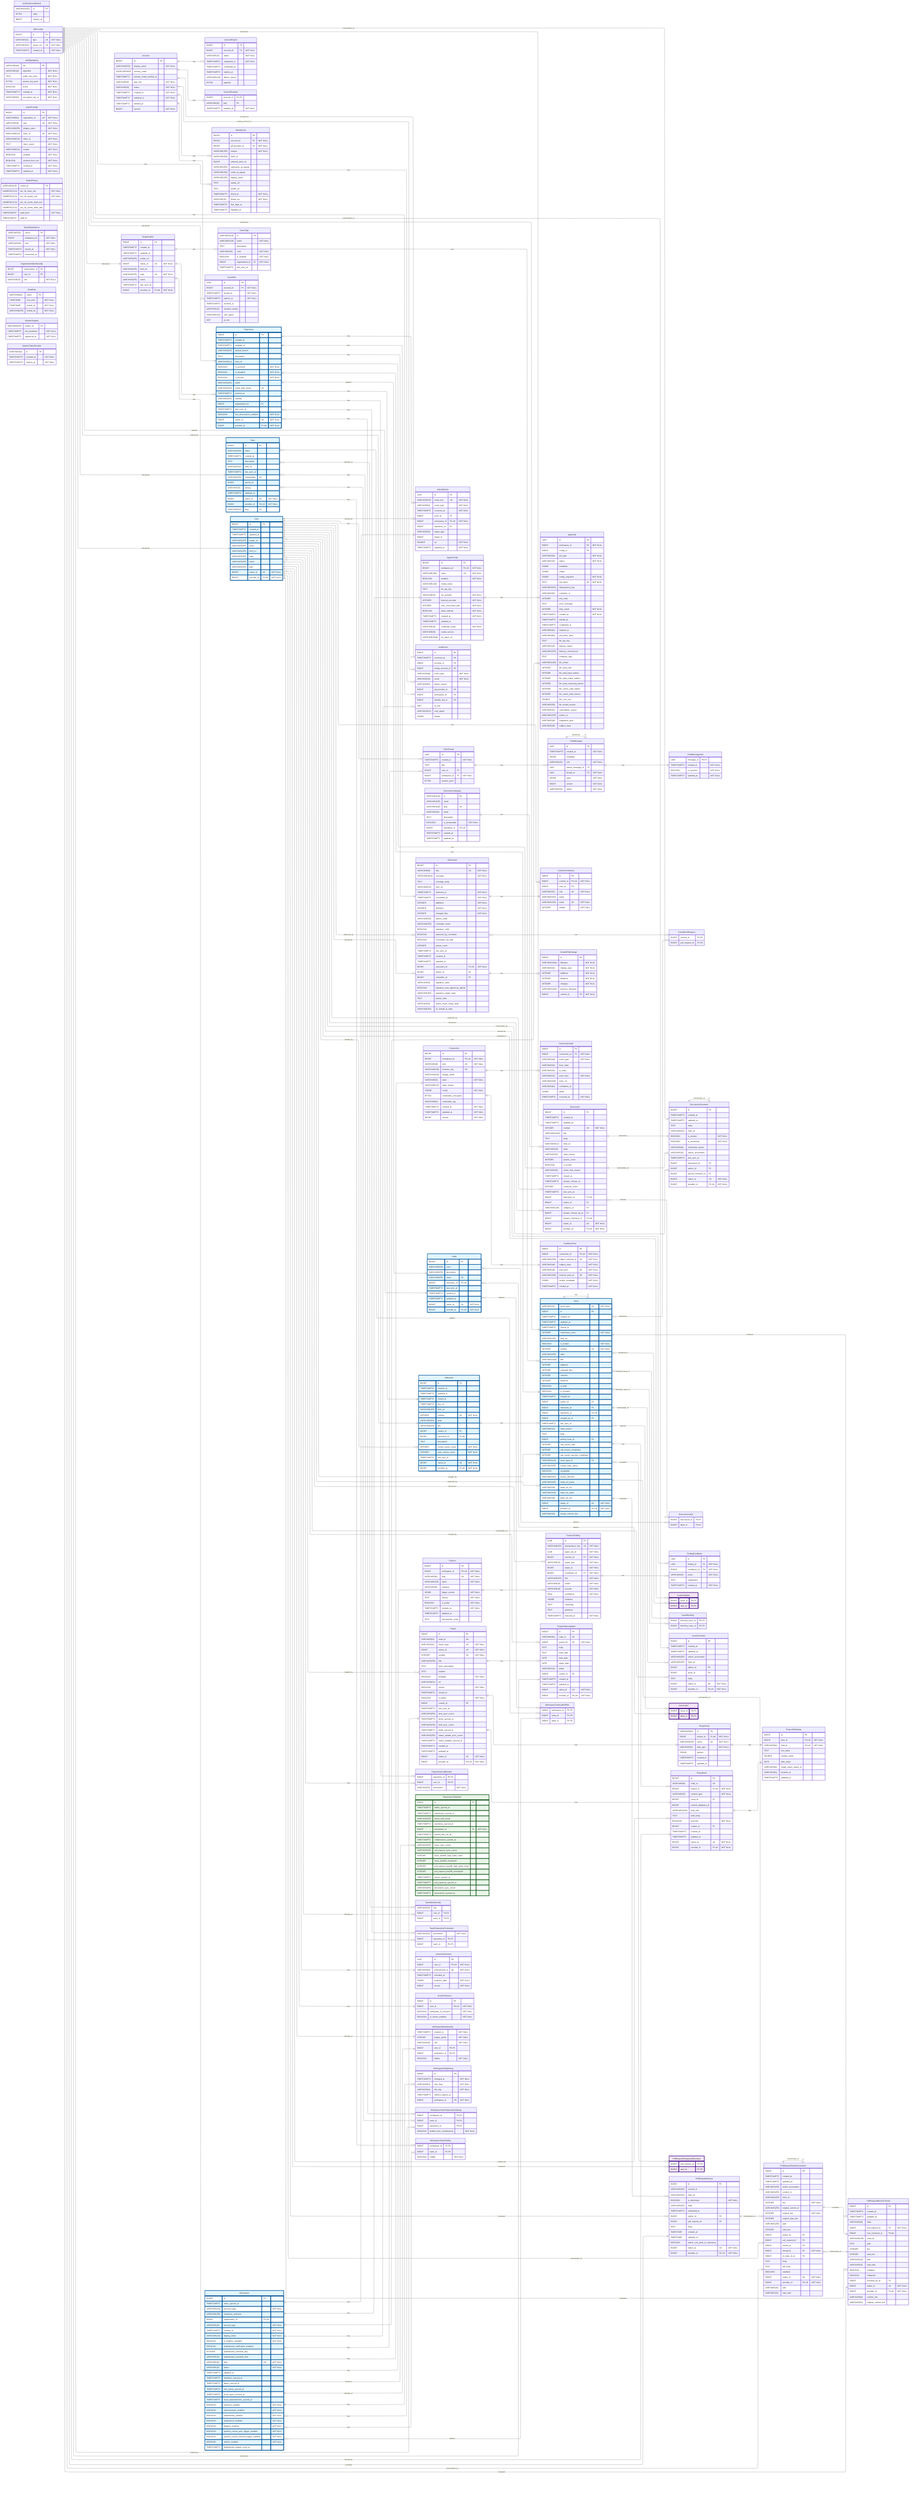
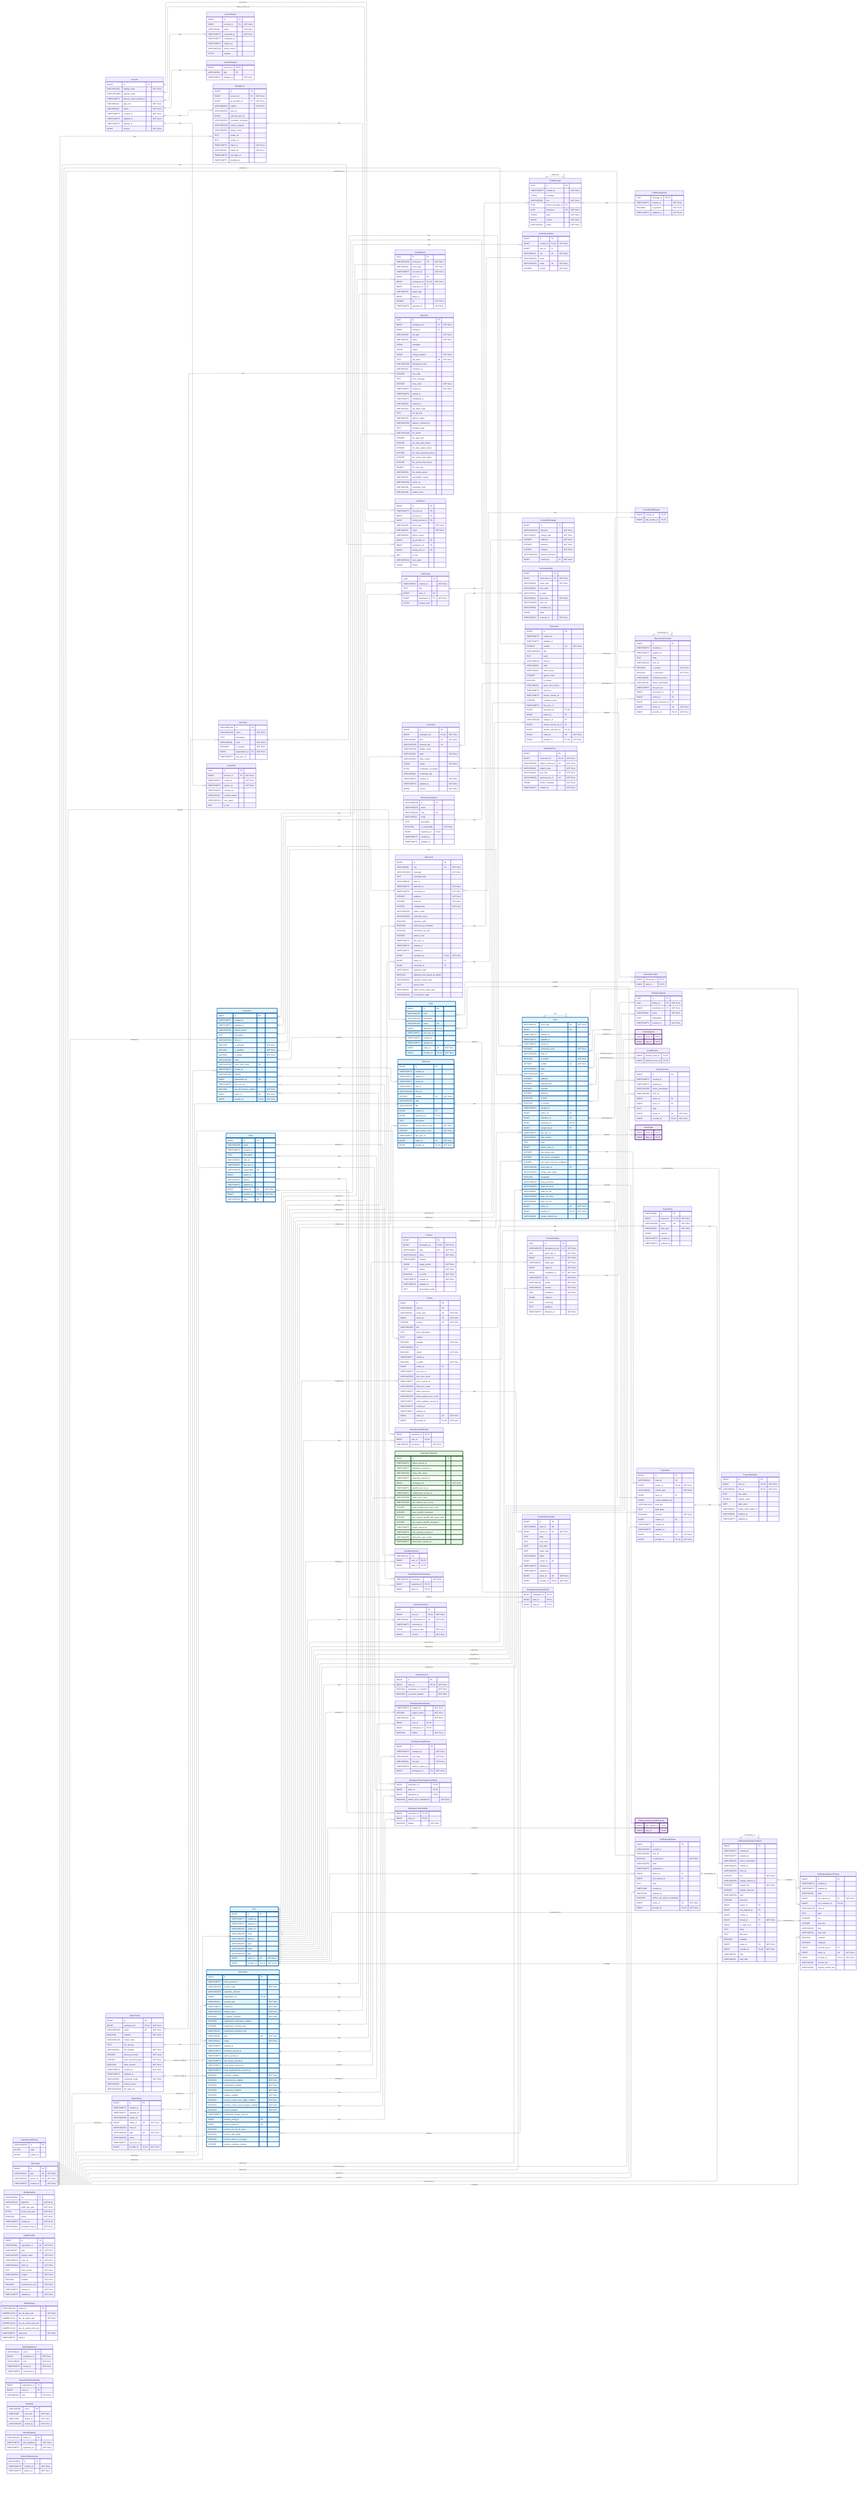
---
config:
    layout: elk
---
erDiagram
    %% Generated automatically from PostgreSQL database schema
    %% using scripts/generate-mermaid-erd.ts
    %% To regenerate: pnpm run db:generate-erd-docs

    direction LR

    Account {
        BIGINT id PK
        VARCHAR(255) display_name "NOT NULL"
        USER-DEFINED primary_email
        TIMESTAMPTZ primary_email_verified_at
        VARCHAR(16) app_role "NOT NULL"
        VARCHAR(16) status "NOT NULL"
        TIMESTAMPTZ created_at "NOT NULL"
        TIMESTAMPTZ updated_at "NOT NULL"
        TIMESTAMPTZ deleted_at
        BIGINT version "NOT NULL"
    }

    AccountExport {
        BIGINT id PK
        BIGINT account_id FK "NOT NULL"
        VARCHAR(16) status "NOT NULL"
        TIMESTAMPTZ requested_at "NOT NULL"
        TIMESTAMPTZ completed_at
        TIMESTAMPTZ expires_at
        VARCHAR(128) failure_reason
        BYTEA payload
    }

    AccountFeature {
        BIGINT account_id PK,FK
        VARCHAR(64) flag PK
        TIMESTAMPTZ enabled_at "NOT NULL"
    }

    ActivityEvent {
        UUID id PK
        VARCHAR(255) event_key UK "NOT NULL"
        VARCHAR(64) event_type "NOT NULL"
        TIMESTAMPTZ occurred_at "NOT NULL"
        BIGINT actor_id FK
        BIGINT workspace_id FK,UK "NOT NULL"
        BIGINT repository_id FK
        VARCHAR(32) target_type
        BIGINT target_id
        DOUBLE xp "NOT NULL"
        TIMESTAMPTZ ingested_at "NOT NULL"
    }

    AgentConfig {
        BIGINT id PK
        BIGINT workspace_id FK,UK "NOT NULL"
        VARCHAR(100) name UK "NOT NULL"
        BOOLEAN enabled "NOT NULL"
        VARCHAR(128) model_name
        TEXT llm_api_key
        VARCHAR(32) llm_provider "NOT NULL"
        INTEGER timeout_seconds "NOT NULL"
        INTEGER max_concurrent_jobs "NOT NULL"
        BOOLEAN allow_internet "NOT NULL"
        TIMESTAMPTZ created_at "NOT NULL"
        TIMESTAMPTZ updated_at
        VARCHAR(16) credential_mode "NOT NULL"
        VARCHAR(50) model_version
        VARCHAR(2048) llm_base_url
    }

    AgentJob {
        UUID id PK
        BIGINT workspace_id FK "NOT NULL"
        BIGINT config_id FK
        VARCHAR(50) job_type "NOT NULL"
        VARCHAR(20) status "NOT NULL"
        JSONB metadata
        JSONB output
        JSONB config_snapshot "NOT NULL"
        TEXT job_token UK "NOT NULL"
        VARCHAR(255) idempotency_key
        VARCHAR(64) container_id
        INTEGER exit_code
        TEXT error_message
        INTEGER retry_count "NOT NULL"
        TIMESTAMPTZ created_at "NOT NULL"
        TIMESTAMPTZ started_at
        TIMESTAMPTZ completed_at
        VARCHAR(64) network_id
        VARCHAR(64) job_token_hash
        TEXT llm_api_key
        VARCHAR(20) delivery_status
        VARCHAR(255) delivery_comment_id
        TEXT container_logs
        VARCHAR(100) llm_model
        INTEGER llm_total_calls
        INTEGER llm_total_input_tokens
        INTEGER llm_total_output_tokens
        INTEGER llm_total_reasoning_tokens
        INTEGER llm_cache_read_tokens
        INTEGER llm_cache_write_tokens
        DOUBLE llm_cost_usd
        VARCHAR(50) llm_model_version
        VARCHAR(32) cancellation_reason
        VARCHAR(255) worker_id
        VARCHAR(48) integration_kind
        VARCHAR(48) subject_class
    }

    AuthEvent {
        BIGINT id PK
        TIMESTAMPTZ occurred_at PK
        BIGINT account_id FK
        BIGINT acting_account_id FK
        VARCHAR(48) event_type "NOT NULL"
        VARCHAR(16) result "NOT NULL"
        VARCHAR(64) failure_reason
        BIGINT git_provider_id FK
        BIGINT workspace_id FK
        BIGINT identity_link_id FK
        INET ip_inet
        VARCHAR(512) user_agent
        JSONB details
    }

    AuthRateLimitBucket {
        VARCHAR(255) id PK
        BYTEA state
        BIGINT expires_at
    }

    ChatMessage {
        UUID id PK
        TIMESTAMPTZ created_at "NOT NULL"
        JSONB metadata
        VARCHAR(16) role "NOT NULL"
        UUID parent_message_id FK
        UUID thread_id FK "NOT NULL"
        JSONB parts "NOT NULL"
        BIGINT version "NOT NULL"
        VARCHAR(16) status "NOT NULL"
    }

    ChatMessageVote {
        UUID message_id PK,FK
        TIMESTAMPTZ created_at "NOT NULL"
        BOOLEAN is_upvoted "NOT NULL"
        TIMESTAMPTZ updated_at "NOT NULL"
    }

    ChatThread {
        UUID id PK
        TIMESTAMPTZ created_at "NOT NULL"
        TEXT title
        BIGINT user_id FK
        BIGINT workspace_id FK "NOT NULL"
        BYTEA session_jsonl
    }

    CommitContributor {
        BIGINT id PK
        BIGINT commit_id FK,UK "NOT NULL"
        BIGINT user_id FK
        VARCHAR(32) role UK "NOT NULL"
        VARCHAR(255) name
        VARCHAR(255) email UK "NOT NULL"
        INTEGER ordinal "NOT NULL"
    }

    CommitFileChange {
        BIGINT id PK
        VARCHAR(1024) filename "NOT NULL"
        VARCHAR(32) change_type "NOT NULL"
        INTEGER additions "NOT NULL"
        INTEGER deletions "NOT NULL"
        INTEGER changes "NOT NULL"
        VARCHAR(1024) previous_filename
        BIGINT commit_id FK "NOT NULL"
    }

    CommitPullRequest {
        BIGINT commit_id PK,FK
        BIGINT pull_request_id PK,FK
    }

    Connection {
        BIGINT id PK
        BIGINT workspace_id FK,UK "NOT NULL"
        VARCHAR(48) kind UK "NOT NULL"
        VARCHAR(128) instance_key UK
        VARCHAR(256) display_name
        VARCHAR(32) state "NOT NULL"
        VARCHAR(512) state_reason
        JSONB config "NOT NULL"
        BYTEA credentials_encrypted
        VARCHAR(64) credentials_alg
        TIMESTAMPTZ created_at "NOT NULL"
        TIMESTAMPTZ updated_at "NOT NULL"
        BIGINT version "NOT NULL"
    }

    ConnectionAudit {
        BIGINT id PK
        BIGINT connection_id FK "NOT NULL"
        VARCHAR(48) event_type "NOT NULL"
        VARCHAR(32) from_state
        VARCHAR(32) to_state
        VARCHAR(32) actor_kind "NOT NULL"
        VARCHAR(256) actor_ref
        VARCHAR(64) correlation_id
        JSONB detail
        TIMESTAMPTZ occurred_at "NOT NULL"
    }

    Discussion {
        BIGINT id PK
        TIMESTAMPTZ created_at
        TIMESTAMPTZ updated_at
        INTEGER number UK "NOT NULL"
        VARCHAR(1024) title
        TEXT body
        VARCHAR(512) html_url
        VARCHAR(16) state
        VARCHAR(32) state_reason
        INTEGER upvote_count
        BOOLEAN is_locked
        VARCHAR(32) active_lock_reason
        TIMESTAMPTZ closed_at
        TIMESTAMPTZ answer_chosen_at
        INTEGER comment_count
        TIMESTAMPTZ last_sync_at
        BIGINT repository_id FK,UK
        BIGINT author_id FK
        VARCHAR(128) category_id FK
        BIGINT answer_chosen_by_id FK
        BIGINT answer_comment_id FK,UK
        BIGINT native_id UK "NOT NULL"
        BIGINT provider_id FK,UK "NOT NULL"
    }

    DiscussionCategory {
        VARCHAR(128) id PK
        VARCHAR(255) name
        VARCHAR(128) slug UK
        VARCHAR(32) emoji
        TEXT description
        BOOLEAN is_answerable "NOT NULL"
        BIGINT repository_id FK,UK
        TIMESTAMPTZ created_at
        TIMESTAMPTZ updated_at
    }

    DiscussionComment {
        BIGINT id PK
        TIMESTAMPTZ created_at
        TIMESTAMPTZ updated_at
        TEXT body
        VARCHAR(512) html_url
        BOOLEAN is_answer "NOT NULL"
        BOOLEAN is_minimized "NOT NULL"
        VARCHAR(64) minimized_reason
        VARCHAR(32) author_association
        TIMESTAMPTZ last_sync_at
        BIGINT discussion_id FK
        BIGINT author_id FK
        BIGINT parent_comment_id FK
        BIGINT native_id UK "NOT NULL"
        BIGINT provider_id FK,UK "NOT NULL"
    }

    DiscussionLabel {
        BIGINT discussion_id PK,FK
        BIGINT label_id PK,FK
    }

    FeedbackPost {
        BIGINT id PK
        BIGINT connection_id FK,UK "NOT NULL"
        VARCHAR(256) subject_external_id UK "NOT NULL"
        VARCHAR(48) subject_class "NOT NULL"
        VARCHAR(48) post_kind UK "NOT NULL"
        VARCHAR(256) external_post_id UK "NOT NULL"
        JSONB vendor_metadata "NOT NULL"
        TIMESTAMPTZ created_at "NOT NULL"
    }

    FindingFeedback {
        UUID id PK
        UUID finding_id FK "NOT NULL"
        BIGINT contributor_id FK "NOT NULL"
        VARCHAR(16) action "NOT NULL"
        TEXT explanation
        TIMESTAMPTZ created_at "NOT NULL"
    }

    GitCommit {
        BIGINT id PK
        VARCHAR(40) sha UK "NOT NULL"
        VARCHAR(1024) message "NOT NULL"
        TEXT message_body
        VARCHAR(512) html_url
        TIMESTAMPTZ authored_at "NOT NULL"
        TIMESTAMPTZ committed_at "NOT NULL"
        INTEGER additions "NOT NULL"
        INTEGER deletions "NOT NULL"
        INTEGER changed_files "NOT NULL"
        VARCHAR(255) author_email
        VARCHAR(255) committer_email
        BOOLEAN signature_valid
        BOOLEAN authored_by_committer
        BOOLEAN committed_via_web
        INTEGER parent_count
        TIMESTAMPTZ last_sync_at
        TIMESTAMPTZ created_at
        TIMESTAMPTZ updated_at
        BIGINT repository_id FK,UK "NOT NULL"
        BIGINT author_id FK
        BIGINT committer_id FK
        VARCHAR(32) signature_state
        BOOLEAN signature_was_signed_by_github
        VARCHAR(255) signature_signer_login
        TEXT parent_shas
        VARCHAR(32) status_check_rollup_state
        VARCHAR(255) on_behalf_of_login
    }

    GitProvider {
        BIGINT id PK
        VARCHAR(10) type UK "NOT NULL"
        VARCHAR(512) server_url UK "NOT NULL"
        TIMESTAMPTZ created_at "NOT NULL"
    }

    IdentityLink {
        BIGINT id PK
        BIGINT account_id FK "NOT NULL"
        BIGINT git_provider_id FK "NOT NULL"
        VARCHAR(255) subject "NOT NULL"
        VARCHAR(255) team_id
        BIGINT external_actor_id
        VARCHAR(255) username_at_signup
        VARCHAR(320) email_at_signup
        VARCHAR(255) display_name
        TEXT avatar_url
        TEXT profile_url
        TIMESTAMPTZ linked_at "NOT NULL"
        VARCHAR(16) linked_via "NOT NULL"
        TIMESTAMPTZ last_login_at
        TIMESTAMPTZ disabled_at
    }

    Issue {
        VARCHAR(31) issue_type UK "NOT NULL"
        BIGINT id PK
        TIMESTAMPTZ created_at
        TIMESTAMPTZ updated_at
        TIMESTAMPTZ closed_at
        INTEGER comments_count "NOT NULL"
        VARCHAR(255) html_url
        BOOLEAN is_locked "NOT NULL"
        INTEGER number UK "NOT NULL"
        VARCHAR(255) state
        VARCHAR(1024) title
        INTEGER additions
        INTEGER changed_files
        INTEGER commits
        INTEGER deletions
        BOOLEAN is_draft
        BOOLEAN is_merged
        TIMESTAMPTZ merged_at
        BIGINT author_id FK
        BIGINT milestone_id FK
        BIGINT repository_id FK,UK
        BIGINT merged_by_id FK
        TIMESTAMPTZ last_sync_at
        VARCHAR(32) state_reason
        TEXT body
        BIGINT parent_issue_id FK
        INTEGER sub_issues_total
        INTEGER sub_issues_completed
        INTEGER sub_issues_percent_completed
        VARCHAR(128) issue_type_id FK
        VARCHAR(255) merge_state_status
        BOOLEAN mergeable
        VARCHAR(255) review_decision
        VARCHAR(255) head_ref_name
        VARCHAR(40) head_ref_oid
        VARCHAR(255) base_ref_name
        VARCHAR(40) base_ref_oid
        BIGINT native_id UK "NOT NULL"
        BIGINT provider_id FK,UK "NOT NULL"
        VARCHAR(40) merge_commit_sha
    }

    IssueAssignee {
        BIGINT issue_id PK,FK
        BIGINT user_id PK,FK
    }

    IssueBlocking {
        BIGINT blocked_issue_id PK,FK
        BIGINT blocking_issue_id PK,FK
    }

    IssueComment {
        BIGINT id PK
        TIMESTAMPTZ created_at
        TIMESTAMPTZ updated_at
        VARCHAR(255) author_association
        VARCHAR(255) html_url
        BIGINT author_id FK
        BIGINT issue_id FK
        TEXT body
        BIGINT native_id UK "NOT NULL"
        BIGINT provider_id FK,UK "NOT NULL"
    }

    IssueLabel {
        BIGINT issue_id PK,FK
        BIGINT label_id PK,FK
    }

    IssueType {
        VARCHAR(128) id PK
        VARCHAR(128) name "NOT NULL"
        TEXT description
        VARCHAR(20) color "NOT NULL"
        BOOLEAN is_enabled "NOT NULL"
        BIGINT organization_id FK "NOT NULL"
        TIMESTAMPTZ last_sync_at
    }

    IssuedJwt {
        UUID jti PK
        BIGINT account_id FK "NOT NULL"
        TIMESTAMPTZ issued_at "NOT NULL"
        TIMESTAMPTZ expires_at "NOT NULL"
        TIMESTAMPTZ revoked_at
        VARCHAR(32) revoked_reason
        VARCHAR(512) user_agent
        INET ip_inet
    }

    JwtSigningKey {
        VARCHAR(64) kid PK
        VARCHAR(16) algorithm "NOT NULL"
        TEXT public_key_pem "NOT NULL"
        BYTEA private_key_pem "NOT NULL"
        BOOLEAN active "NOT NULL"
        TIMESTAMPTZ created_at "NOT NULL"
        VARCHAR(64) encryption_key_id "NOT NULL"
    }

    Label {
        BIGINT id PK
        VARCHAR(255) color
        VARCHAR(255) description
        VARCHAR(255) name UK
        BIGINT repository_id FK,UK
        TIMESTAMPTZ last_sync_at
        TIMESTAMPTZ created_at
        TIMESTAMPTZ updated_at
        BIGINT native_id UK "NOT NULL"
        BIGINT provider_id FK,UK "NOT NULL"
    }

    LoginProvider {
        BIGINT id PK
        VARCHAR(64) registration_id UK "NOT NULL"
        VARCHAR(10) type UK "NOT NULL"
        VARCHAR(255) display_name "NOT NULL"
        VARCHAR(512) base_url UK "NOT NULL"
        VARCHAR(512) client_id "NOT NULL"
        TEXT client_secret "NOT NULL"
        VARCHAR(512) scopes "NOT NULL"
        BOOLEAN enabled "NOT NULL"
        BOOLEAN seeded_from_env "NOT NULL"
        TIMESTAMPTZ created_at "NOT NULL"
        TIMESTAMPTZ updated_at "NOT NULL"
    }

    Milestone {
        BIGINT id PK
        TIMESTAMPTZ created_at
        TIMESTAMPTZ updated_at
        TIMESTAMPTZ closed_at
        TIMESTAMPTZ due_on
        VARCHAR(255) html_url
        INTEGER number UK "NOT NULL"
        VARCHAR(255) state
        VARCHAR(255) title
        BIGINT creator_id FK
        BIGINT repository_id FK,UK
        TEXT description
        INTEGER closed_issues_count "NOT NULL"
        INTEGER open_issues_count "NOT NULL"
        TIMESTAMPTZ last_sync_at
        BIGINT native_id UK "NOT NULL"
        BIGINT provider_id FK,UK "NOT NULL"
    }

    ModelPricing {
        VARCHAR(128) model_id PK
        NUMERIC(12,6) per_1k_input_usd "NOT NULL"
        NUMERIC(12,6) per_1k_output_usd "NOT NULL"
        NUMERIC(12,6) per_1k_cache_read_usd
        NUMERIC(12,6) per_1k_cache_write_usd
        TIMESTAMPTZ valid_from "NOT NULL"
        TIMESTAMPTZ valid_to
    }

    OauthStateNonce {
        VARCHAR(32) nonce PK
        BIGINT workspace_id "NOT NULL"
        VARCHAR(48) kind "NOT NULL"
        TIMESTAMPTZ issued_at "NOT NULL"
        TIMESTAMPTZ consumed_at
    }

    Organization {
        BIGINT id PK
        TIMESTAMPTZ created_at
        TIMESTAMPTZ updated_at
        VARCHAR(255) avatar_url
        BIGINT native_id UK "NOT NULL"
        VARCHAR(255) html_url
        VARCHAR(255) login UK "NOT NULL"
        VARCHAR(255) name
        TIMESTAMPTZ last_sync_at
        BIGINT provider_id FK,UK "NOT NULL"
    }

    OrganizationMembership {
        BIGINT organization_id PK
        BIGINT user_id PK
        VARCHAR(32) role "NOT NULL"
    }

    Practice {
        BIGINT id PK
        BIGINT workspace_id FK,UK "NOT NULL"
        VARCHAR(64) slug UK "NOT NULL"
        VARCHAR(128) name "NOT NULL"
        VARCHAR(64) category
        JSONB trigger_events "NOT NULL"
        TEXT criteria "NOT NULL"
        BOOLEAN is_active "NOT NULL"
        TIMESTAMPTZ created_at "NOT NULL"
        TIMESTAMPTZ updated_at
        TEXT precompute_script
    }

    PracticeFinding {
        UUID id PK
        VARCHAR(255) idempotency_key UK "NOT NULL"
        UUID agent_job_id "NOT NULL"
        BIGINT practice_id FK "NOT NULL"
        VARCHAR(32) target_type "NOT NULL"
        BIGINT target_id "NOT NULL"
        BIGINT contributor_id FK "NOT NULL"
        VARCHAR(255) title "NOT NULL"
        VARCHAR(16) verdict "NOT NULL"
        VARCHAR(16) severity "NOT NULL"
        REAL confidence "NOT NULL"
        JSONB evidence
        TEXT reasoning
        TEXT guidance
        TIMESTAMPTZ detected_at "NOT NULL"
    }

    Project {
        BIGINT id PK
        VARCHAR(64) node_id UK
        VARCHAR(32) owner_type UK "NOT NULL"
        BIGINT owner_id UK "NOT NULL"
        INTEGER number UK "NOT NULL"
        VARCHAR(256) title
        TEXT short_description
        TEXT readme
        BOOLEAN template "NOT NULL"
        VARCHAR(512) url
        BOOLEAN closed "NOT NULL"
        TIMESTAMPTZ closed_at
        BOOLEAN is_public "NOT NULL"
        BIGINT creator_id FK
        TIMESTAMPTZ last_sync_at
        VARCHAR(256) item_sync_cursor
        TIMESTAMPTZ items_synced_at
        VARCHAR(256) field_sync_cursor
        TIMESTAMPTZ fields_synced_at
        VARCHAR(256) status_update_sync_cursor
        TIMESTAMPTZ status_updates_synced_at
        TIMESTAMPTZ created_at
        TIMESTAMPTZ updated_at
        BIGINT native_id UK "NOT NULL"
        BIGINT provider_id FK,UK "NOT NULL"
    }

    ProjectField {
        VARCHAR(64) id PK
        BIGINT project_id FK,UK "NOT NULL"
        VARCHAR(256) name UK "NOT NULL"
        VARCHAR(32) data_type "NOT NULL"
        JSONB options
        TIMESTAMPTZ created_at
        TIMESTAMPTZ updated_at
    }

    ProjectFieldValue {
        BIGINT id PK
        BIGINT item_id FK,UK "NOT NULL"
        VARCHAR(64) field_id FK,UK "NOT NULL"
        TEXT text_value
        DOUBLE number_value
        DATE date_value
        VARCHAR(64) single_select_option_id
        VARCHAR(64) iteration_id
        TIMESTAMPTZ updated_at
    }

    ProjectItem {
        BIGINT id PK
        VARCHAR(64) node_id UK
        BIGINT project_id FK,UK "NOT NULL"
        VARCHAR(32) content_type "NOT NULL"
        BIGINT issue_id FK
        BIGINT content_database_id
        VARCHAR(1024) draft_title
        TEXT draft_body
        BOOLEAN archived "NOT NULL"
        BIGINT creator_id FK
        TIMESTAMPTZ created_at
        TIMESTAMPTZ updated_at
        BIGINT native_id UK "NOT NULL"
        BIGINT provider_id FK,UK "NOT NULL"
    }

    ProjectStatusUpdate {
        BIGINT id PK
        VARCHAR(64) node_id UK
        BIGINT project_id FK "NOT NULL"
        TEXT body
        TEXT body_html
        DATE start_date
        DATE target_date
        VARCHAR(32) status
        BIGINT creator_id FK
        TIMESTAMPTZ created_at
        TIMESTAMPTZ updated_at
        BIGINT native_id UK "NOT NULL"
        BIGINT provider_id FK,UK "NOT NULL"
    }

    PullRequestRequestedReviewer {
        BIGINT pull_request_id PK,FK
        BIGINT user_id PK,FK
    }

    PullRequestReview {
        BIGINT id PK
        VARCHAR(255) commit_id
        VARCHAR(255) html_url
        BOOLEAN is_dismissed "NOT NULL"
        VARCHAR(255) state
        TIMESTAMPTZ submitted_at
        BIGINT author_id FK
        BIGINT pull_request_id FK
        TEXT body
        TIMESTAMP created_at
        TIMESTAMP updated_at
        BOOLEAN author_can_push_to_repository
        BIGINT native_id UK "NOT NULL"
        BIGINT provider_id FK,UK "NOT NULL"
    }

    PullRequestReviewComment {
        BIGINT id PK
        TIMESTAMPTZ created_at
        TIMESTAMPTZ updated_at
        VARCHAR(255) author_association
        VARCHAR(255) commit_id
        VARCHAR(255) html_url
        INTEGER line "NOT NULL"
        VARCHAR(255) original_commit_id
        INTEGER original_line "NOT NULL"
        INTEGER original_start_line
        VARCHAR(255) path
        INTEGER start_line
        BIGINT author_id FK
        BIGINT pull_request_id FK
        BIGINT review_id FK
        BIGINT thread_id FK "NOT NULL"
        BIGINT in_reply_to_id FK
        TEXT body
        TEXT diff_hunk
        BOOLEAN outdated
        BIGINT native_id UK "NOT NULL"
        BIGINT provider_id FK,UK "NOT NULL"
        VARCHAR(16) side
        VARCHAR(16) start_side
    }

    PullRequestReviewThread {
        BIGINT id PK
        TIMESTAMPTZ created_at
        TIMESTAMPTZ updated_at
        VARCHAR(20) state
        BIGINT pull_request_id FK "NOT NULL"
        BIGINT root_comment_id FK,UK
        VARCHAR(128) node_id
        TEXT path
        INTEGER line
        INTEGER start_line
        VARCHAR(16) side
        VARCHAR(16) start_side
        BOOLEAN outdated
        BOOLEAN collapsed
        BIGINT resolved_by_id FK
        BIGINT native_id UK "NOT NULL"
        BIGINT provider_id FK,UK "NOT NULL"
        VARCHAR(64) commit_sha
        VARCHAR(64) original_commit_sha
    }

    Repository {
        BIGINT id PK
        TIMESTAMPTZ created_at
        TIMESTAMPTZ updated_at
        VARCHAR(255) default_branch
        TEXT description
        VARCHAR(512) html_url
        BOOLEAN is_archived "NOT NULL"
        BOOLEAN is_disabled "NOT NULL"
        BOOLEAN is_private "NOT NULL"
        VARCHAR(255) name
        VARCHAR(150) name_with_owner UK
        TIMESTAMPTZ pushed_at
        VARCHAR(255) visibility
        BIGINT organization_id FK
        TIMESTAMPTZ last_sync_at
        BOOLEAN has_discussions_enabled "NOT NULL"
        BIGINT native_id UK "NOT NULL"
        BIGINT provider_id FK,UK "NOT NULL"
    }

    RepositoryCollaborator {
        BIGINT repository_id PK,FK
        BIGINT user_id PK,FK
        VARCHAR(32) permission "NOT NULL"
    }

    RepositoryToMonitor {
        BIGINT id PK
        TIMESTAMPTZ labels_synced_at
        TIMESTAMPTZ milestones_synced_at
        VARCHAR(255) name_with_owner
        TIMESTAMPTZ repository_synced_at
        BIGINT workspace_id FK "NOT NULL"
        TIMESTAMPTZ backfill_last_run_at
        TIMESTAMPTZ collaborators_synced_at
        VARCHAR(255) issue_sync_cursor
        VARCHAR(255) pull_request_sync_cursor
        INTEGER issue_backfill_high_water_mark
        INTEGER issue_backfill_checkpoint
        INTEGER pull_request_backfill_high_water_mark
        INTEGER pull_request_backfill_checkpoint
        TIMESTAMPTZ issues_synced_at
        TIMESTAMPTZ pull_requests_synced_at
        VARCHAR(255) discussion_sync_cursor
        TIMESTAMPTZ discussions_synced_at
    }

    Shedlock {
        VARCHAR(64) name PK
        TIMESTAMP lock_until "NOT NULL"
        TIMESTAMP locked_at "NOT NULL"
        VARCHAR(255) locked_by "NOT NULL"
    }

    Team {
        BIGINT id PK
        VARCHAR(255) name
        TIMESTAMPTZ created_at
        TEXT description
        VARCHAR(512) html_url
        TIMESTAMPTZ last_sync_at
        VARCHAR(255) organization UK
        BIGINT parent_id
        VARCHAR(32) privacy
        TIMESTAMPTZ updated_at
        BIGINT native_id UK "NOT NULL"
        BIGINT provider_id FK,UK "NOT NULL"
        VARCHAR(512) slug UK
    }

    TeamMembership {
        VARCHAR(32) role
        BIGINT user_id PK,FK
        BIGINT team_id PK,FK
    }

    TeamRepositoryPermission {
        VARCHAR(32) permission "NOT NULL"
        BIGINT repository_id PK,FK
        BIGINT team_id PK,FK
    }

    User {
        BIGINT id PK
        TIMESTAMPTZ created_at
        TIMESTAMPTZ updated_at
        VARCHAR(255) avatar_url
        VARCHAR(255) email
        VARCHAR(255) html_url
        VARCHAR(255) login
        VARCHAR(255) name
        VARCHAR(255) type
        BIGINT native_id UK "NOT NULL"
        BIGINT provider_id FK,UK "NOT NULL"
    }

    UserAchievement {
        UUID id PK
        BIGINT user_id FK,UK "NOT NULL"
        VARCHAR(64) achievement_id UK "NOT NULL"
        TIMESTAMPTZ unlocked_at
        JSONB progress_data "NOT NULL"
        BIGINT version "NOT NULL"
    }

    UserPreference {
        BIGINT id PK
        BIGINT user_id FK,UK "NOT NULL"
        BOOLEAN participate_in_research "NOT NULL"
        BOOLEAN ai_review_enabled "NOT NULL"
    }

    WorkerRegistry {
        VARCHAR(255) worker_id PK
        TIMESTAMPTZ last_heartbeat "NOT NULL"
        TIMESTAMPTZ registered_at "NOT NULL"
    }

    WorkerTokenDenylist {
        VARCHAR(64) jti PK
        TIMESTAMPTZ revoked_at "NOT NULL"
        TIMESTAMPTZ expires_at "NOT NULL"
    }

    Workspace {
        BIGINT id PK
        TIMESTAMPTZ users_synced_at
        VARCHAR(120) account_login "NOT NULL"
        VARCHAR(255) repository_selection
        BIGINT organization_id FK,UK
        VARCHAR(10) account_type "NOT NULL"
        TIMESTAMPTZ created_at "NOT NULL"
        VARCHAR(120) display_name "NOT NULL"
        BOOLEAN is_publicly_viewable "NOT NULL"
        BOOLEAN leaderboard_notification_enabled
        INTEGER leaderboard_schedule_day
        VARCHAR(10) leaderboard_schedule_time
        VARCHAR(64) slug UK "NOT NULL"
        VARCHAR(20) status "NOT NULL"
        TIMESTAMPTZ updated_at
        TIMESTAMPTZ members_synced_at
        TIMESTAMPTZ teams_synced_at
        TIMESTAMPTZ sub_issues_synced_at
        TIMESTAMPTZ issue_types_synced_at
        TIMESTAMPTZ issue_dependencies_synced_at
        BOOLEAN practices_enabled "NOT NULL"
        BOOLEAN achievements_enabled "NOT NULL"
        BOOLEAN leaderboard_enabled "NOT NULL"
        BOOLEAN progression_enabled "NOT NULL"
        BOOLEAN leagues_enabled "NOT NULL"
        BOOLEAN practice_review_auto_trigger_enabled "NOT NULL"
        BOOLEAN practice_review_manual_trigger_enabled "NOT NULL"
        BOOLEAN mentor_enabled "NOT NULL"
        TIMESTAMPTZ leaderboard_league_cycle_at
+         BIGINT practice_config_id FK
+         BIGINT mentor_config_id FK
+         BOOLEAN practice_run_for_all_users
+         BOOLEAN practice_skip_drafts
+         BOOLEAN practice_deliver_to_merged
+         INTEGER practice_cooldown_minutes
    }

    WorkspaceMembership {
        TIMESTAMPTZ created_at "NOT NULL"
        INTEGER league_points "NOT NULL"
        VARCHAR(16) role "NOT NULL"
        BIGINT user_id PK,FK
        BIGINT workspace_id PK,FK
        BOOLEAN hidden "NOT NULL"
    }

    WorkspaceSlugHistory {
        BIGINT id PK
        TIMESTAMPTZ changed_at "NOT NULL"
        VARCHAR(64) new_slug "NOT NULL"
        VARCHAR(64) old_slug "NOT NULL"
        TIMESTAMPTZ redirect_expires_at
        BIGINT workspace_id FK "NOT NULL"
    }

    WorkspaceTeamLabelFilter {
        BIGINT workspace_id PK,FK
        BIGINT team_id PK,FK
        BIGINT label_id PK,FK
    }

    WorkspaceTeamRepositorySetting {
        BIGINT workspace_id PK,FK
        BIGINT team_id PK,FK
        BIGINT repository_id PK,FK
        BOOLEAN hidden_from_contributions "NOT NULL"
    }

    WorkspaceTeamSetting {
        BIGINT workspace_id PK,FK
        BIGINT team_id PK,FK
        BOOLEAN hidden "NOT NULL"
    }

    %% Relationships
    %% One-to-One relationships
    Account ||--|| AccountFeature : has
    Workspace ||--|| ActivityEvent : has
    Workspace ||--|| AgentConfig : has
    ChatMessage ||--|| ChatMessageVote : has
    GitCommit ||--|| CommitContributor : has
    Workspace ||--|| Connection : has
    Repository ||--|| Discussion : has
    DiscussionComment ||--|| Discussion : references
    GitProvider ||--|| Discussion : references
    Repository ||--|| DiscussionCategory : has
    GitProvider ||--|| DiscussionComment : commented_on
    Connection ||--|| FeedbackPost : has
    Repository ||--|| GitCommit : has
    Repository ||--|| Issue : has
    GitProvider ||--|| Issue : references
    GitProvider ||--|| IssueComment : commented_on
    Repository ||--|| Label : labeled
    GitProvider ||--|| Label : labeled
    Repository ||--|| Milestone : has
    GitProvider ||--|| Milestone : references
    GitProvider ||--|| Organization : references
    Workspace ||--|| Practice : has
    GitProvider ||--|| Project : references
    Project ||--|| ProjectField : has
    ProjectItem ||--|| ProjectFieldValue : has
    ProjectField ||--|| ProjectFieldValue : has
    Project ||--|| ProjectItem : has
    GitProvider ||--|| ProjectItem : references
    GitProvider ||--|| ProjectStatusUpdate : references
    GitProvider ||--|| PullRequestReview : reviewed
    GitProvider ||--|| PullRequestReviewComment : commented_on
    PullRequestReviewComment ||--|| PullRequestReviewThread : reviewed
    GitProvider ||--|| PullRequestReviewThread : reviewed
    GitProvider ||--|| Repository : references
    GitProvider ||--|| Team : references
    GitProvider ||--|| User : references
    User ||--|| UserAchievement : has
    User ||--|| UserPreference : has
    Organization ||--|| Workspace : has
    User ||--|| WorkspaceMembership : belongs_to
    Workspace ||--|| WorkspaceMembership : belongs_to

    %% One-to-Many relationships
    Account ||--o{ AccountExport : has
    User ||--o{ ActivityEvent : references
    Repository ||--o{ ActivityEvent : has
    Workspace ||--o{ AgentJob : has
    AgentConfig ||--o{ AgentJob : has
    Account ||--o{ AuthEvent : account_id
    Account ||--o{ AuthEvent : acting_account_id
    GitProvider ||--o{ AuthEvent : has
    Workspace ||--o{ AuthEvent : has
    IdentityLink ||--o{ AuthEvent : has
    ChatMessage ||--o{ ChatMessage : references
    ChatThread ||--o{ ChatMessage : has
    User ||--o{ ChatThread : has
    Workspace ||--o{ ChatThread : has
    User ||--o{ CommitContributor : has
    GitCommit ||--o{ CommitFileChange : has
    Connection ||--o{ ConnectionAudit : has
    User ||--o{ Discussion : authored_by
    DiscussionCategory ||--o{ Discussion : has
    User ||--o{ Discussion : references
    Discussion ||--o{ DiscussionComment : commented_on
    User ||--o{ DiscussionComment : commented_on
    DiscussionComment ||--o{ DiscussionComment : commented_on
    PracticeFinding ||--o{ FindingFeedback : has
    User ||--o{ FindingFeedback : references
    User ||--o{ GitCommit : authored_by
    User ||--o{ GitCommit : references
    Account ||--o{ IdentityLink : has
    GitProvider ||--o{ IdentityLink : has
    User ||--o{ Issue : authored_by
    Milestone ||--o{ Issue : has
    User ||--o{ Issue : merged_by
    Issue ||--o{ Issue : has
    IssueType ||--o{ Issue : has
    User ||--o{ IssueComment : commented_on
    Issue ||--o{ IssueComment : commented_on
    Organization ||--o{ IssueType : has
    Account ||--o{ IssuedJwt : has
    User ||--o{ Milestone : created_by
    Practice ||--o{ PracticeFinding : has
    User ||--o{ PracticeFinding : references
    User ||--o{ Project : created_by
    Issue ||--o{ ProjectItem : has
    User ||--o{ ProjectItem : created_by
    Project ||--o{ ProjectStatusUpdate : has
    User ||--o{ ProjectStatusUpdate : created_by
    User ||--o{ PullRequestReview : reviewed
    Issue ||--o{ PullRequestReview : reviewed
    User ||--o{ PullRequestReviewComment : commented_on
    Issue ||--o{ PullRequestReviewComment : commented_on
    PullRequestReview ||--o{ PullRequestReviewComment : commented_on
    PullRequestReviewThread ||--o{ PullRequestReviewComment : commented_on
    PullRequestReviewComment ||--o{ PullRequestReviewComment : commented_on
    Issue ||--o{ PullRequestReviewThread : reviewed
    User ||--o{ PullRequestReviewThread : reviewed
    Organization ||--o{ Repository : has
    Workspace ||--o{ RepositoryToMonitor : monitors
+     AgentConfig ||--o{ Workspace : practice_config_id
+     AgentConfig ||--o{ Workspace : mentor_config_id
    Workspace ||--o{ WorkspaceSlugHistory : has

    %% Many-to-Many relationships
    GitCommit }o--o{ CommitPullRequest : has
    Issue }o--o{ CommitPullRequest : references
    Discussion }o--o{ DiscussionLabel : labeled
    Label }o--o{ DiscussionLabel : labeled
    Issue }o--o{ IssueAssignee : assigned_to
    User }o--o{ IssueAssignee : assigned_to
    Issue }o--o{ IssueBlocking : blocked_issue_id
    Issue }o--o{ IssueBlocking : blocking_issue_id
    Issue }o--o{ IssueLabel : labeled
    Label }o--o{ IssueLabel : labeled
    Issue }o--o{ PullRequestRequestedReviewer : reviewed
    User }o--o{ PullRequestRequestedReviewer : reviewed
    Repository }o--o{ RepositoryCollaborator : has
    User }o--o{ RepositoryCollaborator : has
    User }o--o{ TeamMembership : belongs_to
    Team }o--o{ TeamMembership : belongs_to
    Repository }o--o{ TeamRepositoryPermission : has
    Team }o--o{ TeamRepositoryPermission : has
    Workspace }o--o{ WorkspaceTeamLabelFilter : labeled
    Team }o--o{ WorkspaceTeamLabelFilter : labeled
    Label }o--o{ WorkspaceTeamLabelFilter : labeled
    Workspace }o--o{ WorkspaceTeamRepositorySetting : has
    Team }o--o{ WorkspaceTeamRepositorySetting : has
    Repository }o--o{ WorkspaceTeamRepositorySetting : has
    Workspace }o--o{ WorkspaceTeamSetting : has
    Team }o--o{ WorkspaceTeamSetting : has

    %% Styling
    classDef primaryEntity fill:#e1f5fe,stroke:#01579b,stroke-width:2px
    classDef associationEntity fill:#f3e5f5,stroke:#4a148c,stroke-width:2px
    classDef metadataEntity fill:#e8f5e8,stroke:#1b5e20,stroke-width:2px

    class Issue primaryEntity
    class IssueAssignee associationEntity
    class IssueLabel associationEntity
    class Label primaryEntity
    class Milestone primaryEntity
    class PullRequestRequestedReviewer associationEntity
    class Repository primaryEntity
    class RepositoryToMonitor metadataEntity
    class Team primaryEntity
    class User primaryEntity
    class Workspace primaryEntity
